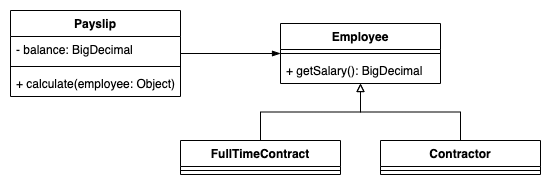
This is diagrams/ocp-after.png from mauriciogeneroso/solid-principles, a draw.io export, as it was before one commit. Source tidied: cells renumbered, new cells last; positions are measured from the earlier drawing's top-left corner, leaving out a move shared by most shapes.
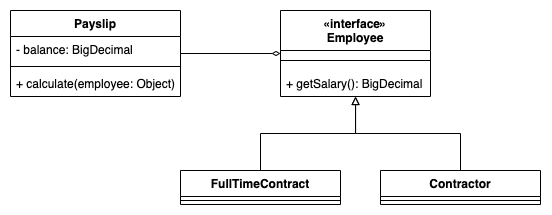
Above is the later version.

Diff of the diagram source:
```diff
@@ -20,11 +20,11 @@
     <mxCell id="7" style="line;strokeWidth=1;fillColor=none;align=left;verticalAlign=middle;spacingTop=-1;spacingLeft=3;spacingRight=3;labelPosition=right;" parent="6" vertex="1">
       <mxGeometry y="26" width="160" height="8" as="geometry" />
     </mxCell>
-    <mxCell id="8" style="edgeStyle=orthogonalEdgeStyle;rounded=0;jettySize=auto;html=1;entryX=0;entryY=0.5;entryDx=0;entryDy=0;endArrow=blockThin;endFill=1;strokeColor=default;" parent="1" edge="1" source="9" target="13">
+    <mxCell id="8" style="edgeStyle=orthogonalEdgeStyle;rounded=0;jettySize=auto;html=1;entryX=0;entryY=0.5;entryDx=0;entryDy=0;endArrow=diamondThin;endFill=0;strokeColor=default;" parent="1" edge="1" source="9" target="13">
       <mxGeometry relative="1" as="geometry" />
     </mxCell>
     <mxCell id="9" value="Payslip" style="swimlane;fontStyle=1;align=center;verticalAlign=top;horizontal=1;startSize=26;" parent="1" vertex="1">
-      <mxGeometry width="170" height="86" as="geometry" />
+      <mxGeometry y="-30" width="170" height="86" as="geometry" />
     </mxCell>
     <mxCell id="10" value="- balance: BigDecimal" style="text;strokeColor=none;fillColor=none;align=left;verticalAlign=top;spacingLeft=4;spacingRight=4;overflow=hidden;" parent="9" vertex="1">
       <mxGeometry y="26" width="170" height="26" as="geometry" />
@@ -35,14 +35,14 @@
     <mxCell id="12" value="+ calculate(employee: Object)" style="text;strokeColor=none;fillColor=none;align=left;verticalAlign=top;spacingLeft=4;spacingRight=4;overflow=hidden;" parent="9" vertex="1">
       <mxGeometry y="60" width="170" height="26" as="geometry" />
     </mxCell>
-    <mxCell id="13" value="Employee" style="swimlane;fontStyle=1;align=center;verticalAlign=top;horizontal=1;startSize=26;" parent="1" vertex="1">
-      <mxGeometry x="270" y="13" width="160" height="60" as="geometry" />
+    <mxCell id="13" value="«interface»&#10;Employee" style="swimlane;fontStyle=1;align=center;verticalAlign=top;horizontal=1;startSize=40;" parent="1" vertex="1">
+      <mxGeometry x="270" y="-30" width="150" height="86" as="geometry" />
     </mxCell>
     <mxCell id="14" style="line;strokeWidth=1;fillColor=none;align=left;verticalAlign=middle;spacingTop=-1;spacingLeft=3;spacingRight=3;labelPosition=right;" parent="13" vertex="1">
-      <mxGeometry y="26" width="160" height="8" as="geometry" />
+      <mxGeometry y="40" width="150" height="20" as="geometry" />
     </mxCell>
     <mxCell id="15" value="+ getSalary(): BigDecimal" style="text;strokeColor=none;fillColor=none;align=left;verticalAlign=top;spacingLeft=4;spacingRight=4;overflow=hidden;" parent="13" vertex="1">
-      <mxGeometry y="34" width="160" height="26" as="geometry" />
+      <mxGeometry y="60" width="150" height="26" as="geometry" />
     </mxCell>
   </root>
 </mxGraphModel>
```
